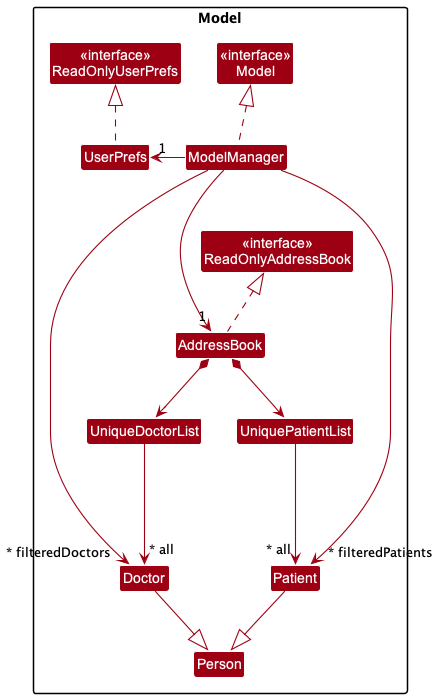
Above: docs/images/UpdatedModelClassDiagram.png in nus-cs2103-AY2223S2/tp (PlantUML), before the change.
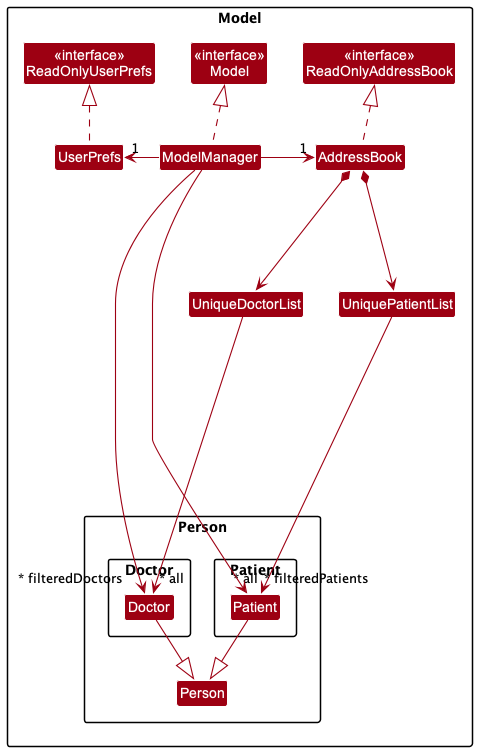
The same diagram one commit later.

Commit message:
Update class diagrams

Change to the diagram source:
```diff
@@ -16,18 +16,25 @@
     Class "UniqueDoctorList" as UniqueDoctorList
     Class "UniquePatientList" as UniquePatientList
 
-    Class "Doctor" as Doctor
-    Class "Patient" as Patient
+Package Person {
+    Package Doctor {
+        Class "Doctor" as Doctor
+    }
+    Package Patient {
+        Class "Patient" as Patient
+    }
     Class "Person" as Person
 
-    Doctor -down-|>Person
-    Patient -down-|> Person
+    Doctor.Doctor -down-|>Person
+    Patient.Patient -down-|> Person
+}
 
-    UniqueDoctorList ---> "~* all" Doctor
-    UniquePatientList ---> "~* all" Patient
 
-    AddressBook *--> UniqueDoctorList
-    AddressBook *-> UniquePatientList
+    UniqueDoctorList ----> "~* all" Person.Doctor.Doctor
+    UniquePatientList -----> "~* all" Person.Patient.Patient
+
+    AddressBook *---> UniqueDoctorList
+    AddressBook *---> UniquePatientList
 
     AddressBook .up.|> ReadOnlyAddressBook
     ModelManager .up.|> Model
@@ -36,8 +43,8 @@
     ModelManager -> "1" AddressBook
     UserPrefs "1" <- ModelManager
 
-    ModelManager ------> "~* filteredDoctors" Doctor
-    ModelManager ------> "~* filteredPatients" Patient
+    ModelManager ---> "~* filteredDoctors" Person.Doctor.Doctor
+    ModelManager ---> "~* filteredPatients" Person.Patient.Patient
 
 }
 @enduml
```
